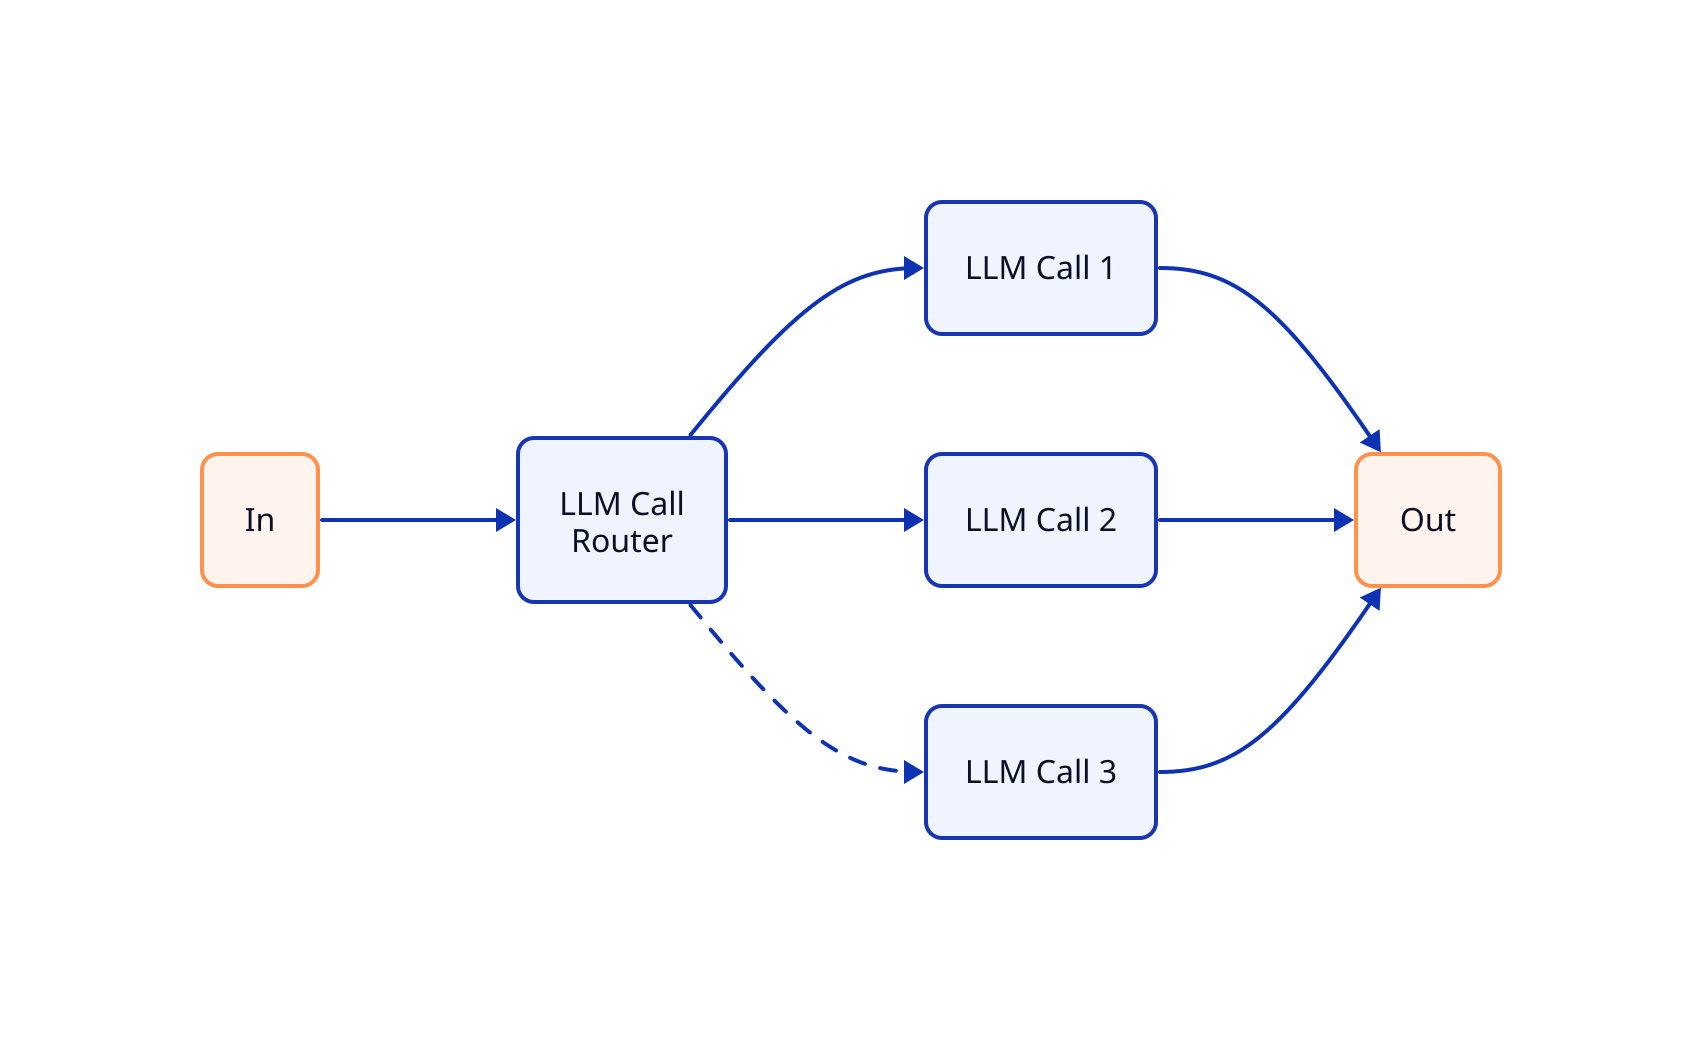
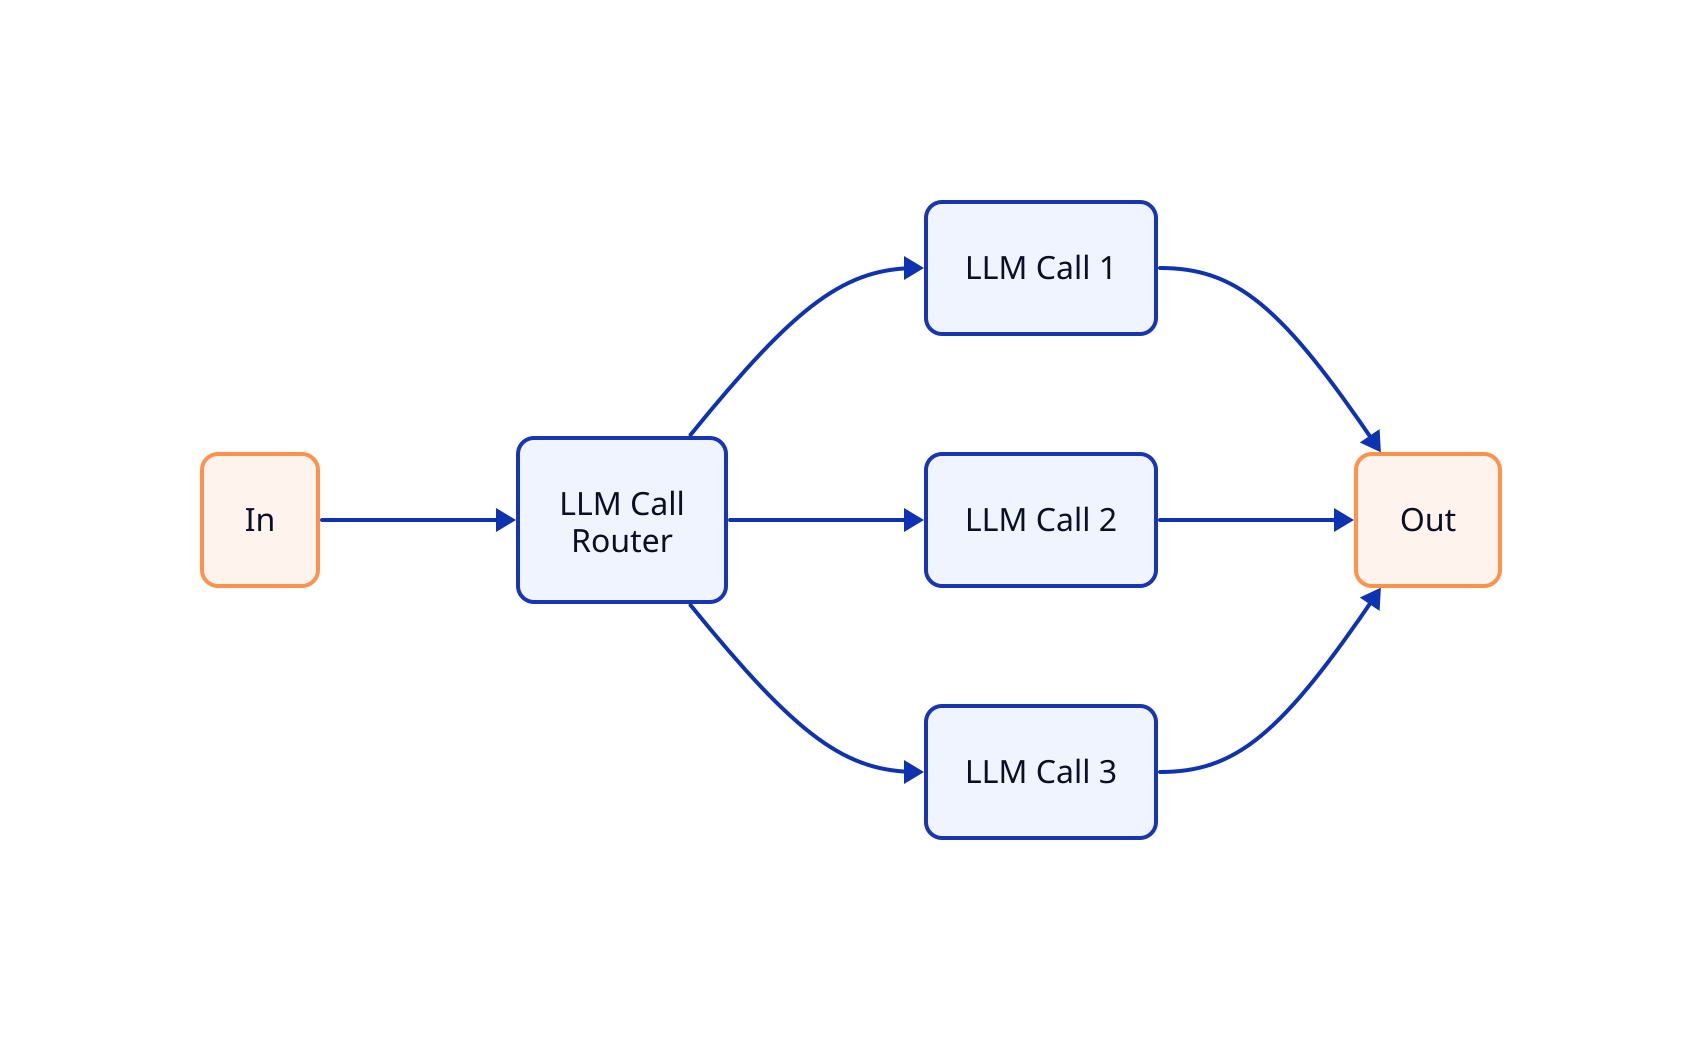
direction: right

in: "In" {
  style.fill: "#fff4ed"
  style.stroke: "#ff914d"
  style.stroke-width: 2
  style.border-radius: 8
}

router: "LLM Call\nRouter" {
  style.fill: "#f0f4ff"
  style.stroke: "#1836b2"
  style.stroke-width: 2
  style.border-radius: 8
}

llm1: "LLM Call 1" {
  style.fill: "#f0f4ff"
  style.stroke: "#1836b2"
  style.stroke-width: 2
  style.border-radius: 8
}

llm2: "LLM Call 2" {
  style.fill: "#f0f4ff"
  style.stroke: "#1836b2"
  style.stroke-width: 2
  style.border-radius: 8
}

llm3: "LLM Call 3" {
  style.fill: "#f0f4ff"
  style.stroke: "#1836b2"
  style.stroke-width: 2
  style.border-radius: 8
}

out: "Out" {
  style.fill: "#fff4ed"
  style.stroke: "#ff914d"
  style.stroke-width: 2
  style.border-radius: 8
}

in -> router
router -> llm1
router -> llm2
- router -> llm3 {
-   style.stroke-dash: 4
- }
+ router -> llm3
llm1 -> out
llm2 -> out
llm3 -> out
